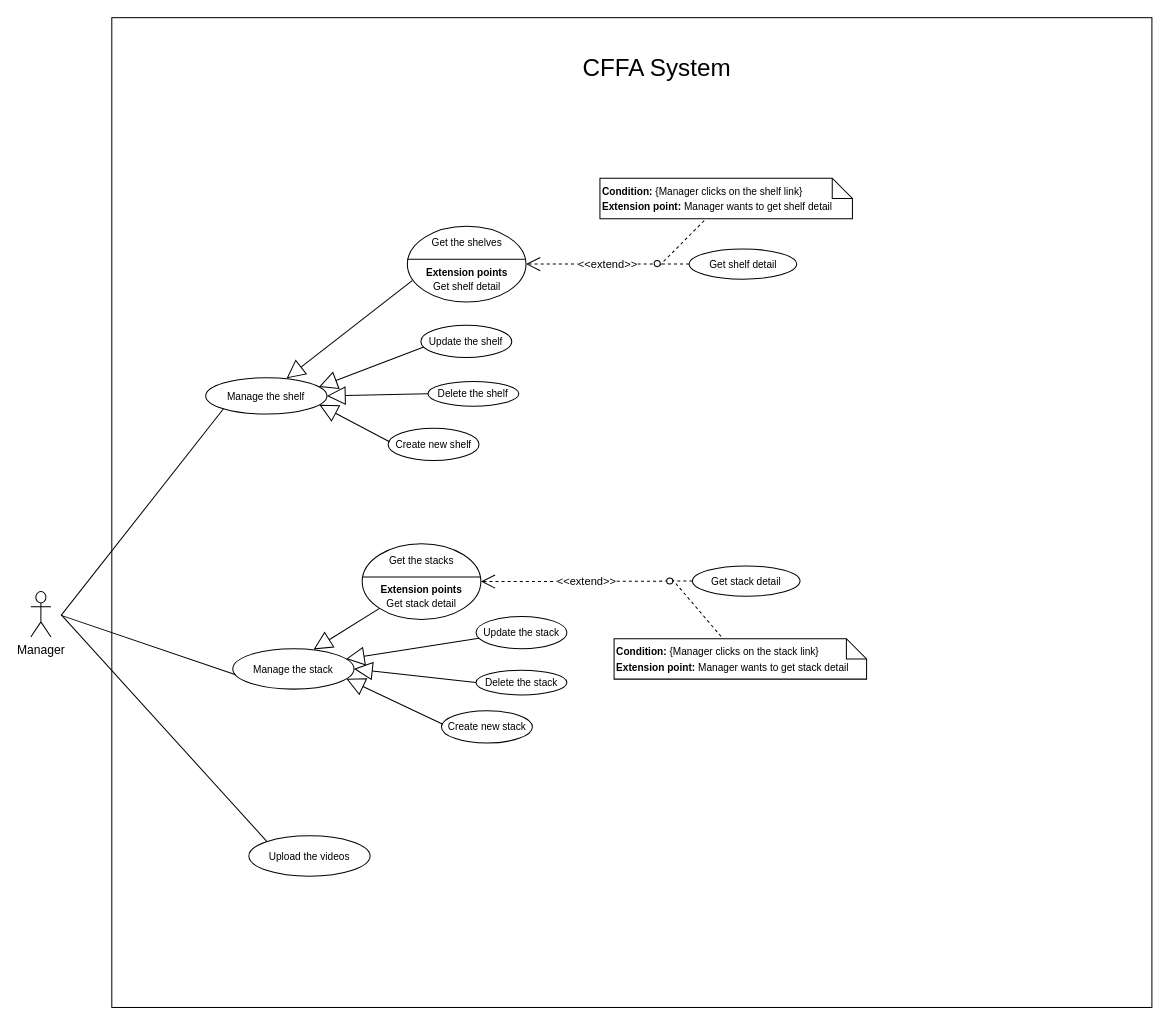
Before: page "Manager" (3 of 5) of Users/HuuDN/UsecaseDiagram/UsecaseOverview.drawio in luannmdev/CapstoneDocument, a draw.io diagram. Source tidied: cells renumbered, new cells numbered last; positions are measured from the earlier drawing's top-left corner, leaving out a move shared by most shapes. Both pictures are drawn from the tidied source at 101%, with x=0, y=0 at pixel (30, 17).
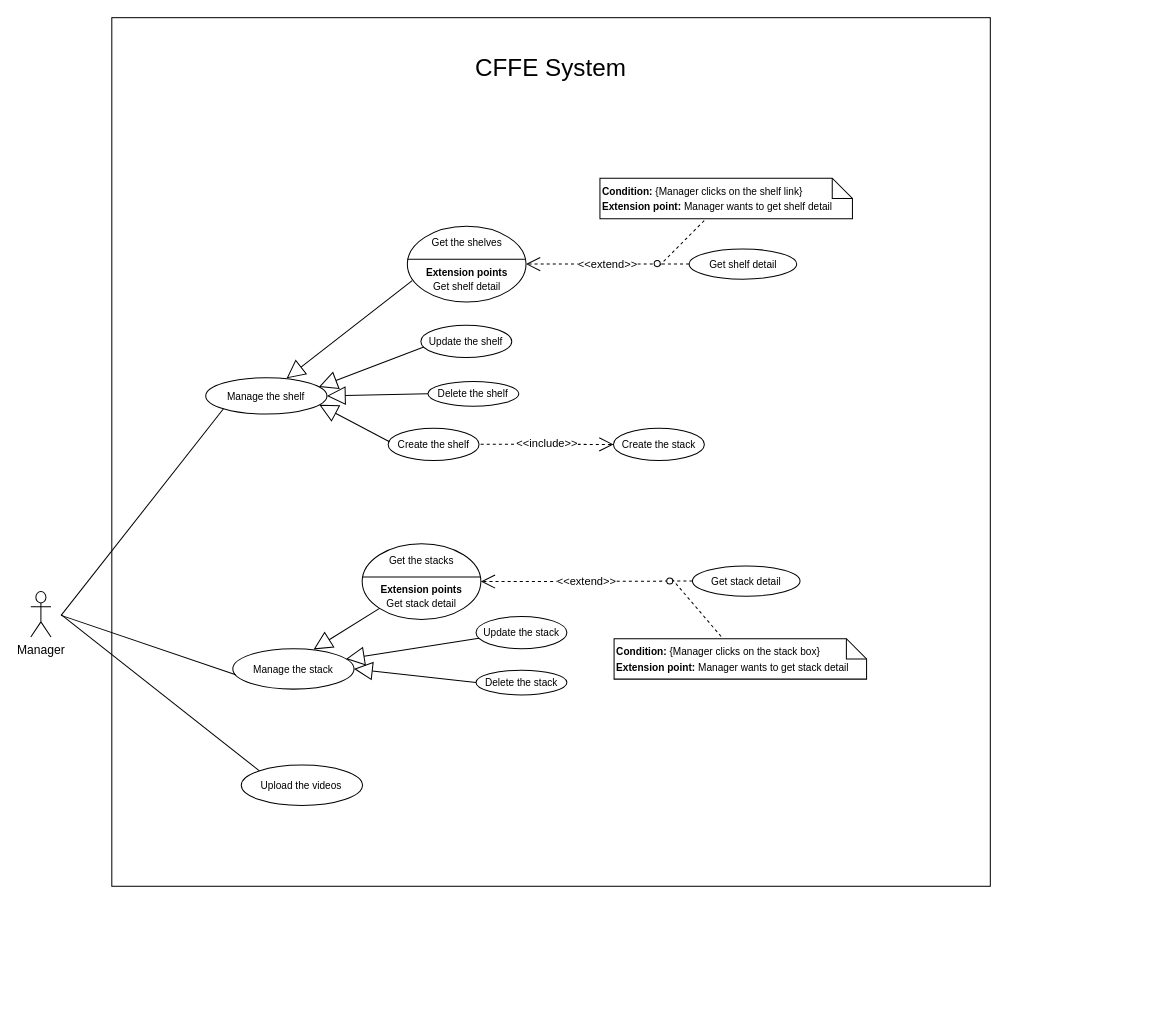
After the change.

Unchanged cells that the change refers to:
```xml
<mxCell id="31" value="&lt;font style=&quot;font-size: 10px&quot;&gt;Manage the stack&lt;/font&gt;" style="ellipse;whiteSpace=wrap;html=1;" parent="1" vertex="1">
  <mxGeometry x="200" y="624.8" width="120" height="40" as="geometry" />
</mxCell>
```

The edit, as a diff of the source:
```diff
@@
     <mxCell id="2" style="rounded=0;whiteSpace=wrap;html=1;" parent="1" vertex="1">
-      <mxGeometry x="80.2" width="1029.8" height="980" as="geometry" />
+      <mxGeometry x="80.2" width="869.8" height="860" as="geometry" />
     </mxCell>
-    <mxCell id="3" value="&lt;span style=&quot;font-size: 24px&quot;&gt;CFFA System&lt;/span&gt;" style="text;html=1;strokeColor=none;fillColor=none;align=center;verticalAlign=middle;whiteSpace=wrap;rounded=0;" parent="1" vertex="1">
-      <mxGeometry x="455.2" y="40" width="330" height="20" as="geometry" />
+    <mxCell id="3" value="&lt;span style=&quot;font-size: 24px&quot;&gt;CFFE System&lt;/span&gt;" style="text;html=1;strokeColor=none;fillColor=none;align=center;verticalAlign=middle;whiteSpace=wrap;rounded=0;" parent="1" vertex="1">
+      <mxGeometry x="350.1" y="40" width="330" height="20" as="geometry" />
     </mxCell>
@@
-    <mxCell id="14" value="&lt;span style=&quot;font-size: 10px&quot;&gt;Create new&amp;nbsp;&lt;/span&gt;&lt;span style=&quot;font-size: 10px&quot;&gt;shelf&lt;/span&gt;" style="ellipse;whiteSpace=wrap;html=1;fillColor=#ffffff;gradientColor=none;" parent="1" vertex="1">
+    <mxCell id="14" value="&lt;span style=&quot;font-size: 10px&quot;&gt;Create the&amp;nbsp;&lt;/span&gt;&lt;span style=&quot;font-size: 10px&quot;&gt;shelf&lt;/span&gt;" style="ellipse;whiteSpace=wrap;html=1;fillColor=#ffffff;gradientColor=none;" parent="1" vertex="1">
       <mxGeometry x="353.8" y="406.5" width="90" height="32" as="geometry" />
     </mxCell>
@@
-    <mxCell id="25" value="&lt;font style=&quot;font-size: 10px&quot;&gt;&lt;b&gt;Condition: &lt;/b&gt;{Manager&amp;nbsp;clicks on the&amp;nbsp;&lt;span style=&quot;text-align: center&quot;&gt;stack&lt;/span&gt;&amp;nbsp;link}&lt;br&gt;&lt;b&gt;Extension point:&amp;nbsp;&lt;/b&gt;Manager&amp;nbsp;wants to get&amp;nbsp;&lt;span style=&quot;text-align: center&quot;&gt;stack&lt;/span&gt;&amp;nbsp;detail&lt;/font&gt;" style="shape=note;size=20;whiteSpace=wrap;html=1;align=left;" parent="1" vertex="1">
+    <mxCell id="25" value="&lt;font style=&quot;font-size: 10px&quot;&gt;&lt;b&gt;Condition: &lt;/b&gt;{Manager&amp;nbsp;clicks on the&amp;nbsp;&lt;span style=&quot;text-align: center&quot;&gt;stack&lt;/span&gt;&amp;nbsp;box}&lt;br&gt;&lt;b&gt;Extension point:&amp;nbsp;&lt;/b&gt;Manager&amp;nbsp;wants to get&amp;nbsp;&lt;span style=&quot;text-align: center&quot;&gt;stack&lt;/span&gt;&amp;nbsp;detail&lt;/font&gt;" style="shape=note;size=20;whiteSpace=wrap;html=1;align=left;" parent="1" vertex="1">
       <mxGeometry x="577.5" y="614.9" width="250" height="40" as="geometry" />
     </mxCell>
@@
-    <mxCell id="30" value="&lt;font style=&quot;font-size: 10px&quot;&gt;Create new&amp;nbsp;stack&lt;/font&gt;" style="ellipse;whiteSpace=wrap;html=1;fillColor=#ffffff;gradientColor=none;" parent="1" vertex="1">
-      <mxGeometry x="406.6" y="686.2" width="90" height="32" as="geometry" />
-    </mxCell>
@@
-    <mxCell id="35" style="endArrow=block;endSize=16;endFill=0;html=1;entryX=0.937;entryY=0.743;entryDx=0;entryDy=0;exitX=0.015;exitY=0.417;exitDx=0;exitDy=0;entryPerimeter=0;exitPerimeter=0;" parent="1" edge="1" source="30" target="31">
-      <mxGeometry relative="1" as="geometry" />
-    </mxCell>
@@
     <mxCell id="37" value="&lt;span style=&quot;font-size: 10px&quot;&gt;Upload the videos&lt;/span&gt;" style="ellipse;whiteSpace=wrap;html=1;fillColor=#ffffff;gradientColor=none;" parent="1" vertex="1">
-      <mxGeometry x="215.9" y="810" width="120" height="40" as="geometry" />
+      <mxGeometry x="208.4" y="740" width="120" height="40" as="geometry" />
     </mxCell>
@@
+    <mxCell id="39" value="&lt;font style=&quot;font-size: 10px&quot;&gt;Create the stack&lt;/font&gt;" style="ellipse;whiteSpace=wrap;html=1;fillColor=#ffffff;gradientColor=none;" parent="1" vertex="1">
+      <mxGeometry x="576.9" y="406.5" width="90" height="32" as="geometry" />
+    </mxCell>
+    <mxCell id="40" value="&amp;lt;&amp;lt;include&amp;gt;&amp;gt;" style="endArrow=open;endSize=12;dashed=1;html=1;entryX=0;entryY=0.5;entryDx=0;entryDy=0;exitX=1;exitY=0.5;exitDx=0;exitDy=0;" parent="1" edge="1" target="39">
+      <mxGeometry relative="1" as="geometry">
+        <mxPoint x="445.4" y="422.4" as="sourcePoint" />
+      </mxGeometry>
+    </mxCell>
```
